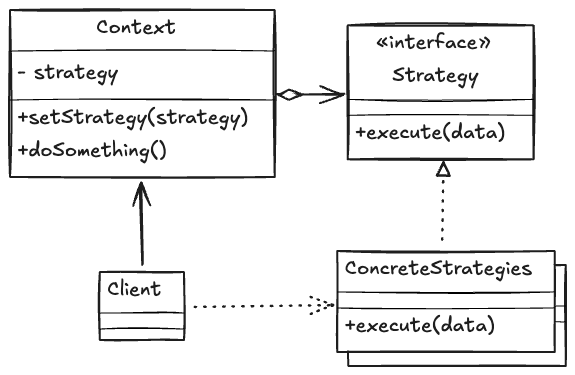
The Excalidraw diagram strategy.excalidraw.png in bjenning04/foam, before a commit. Source tidied: one line per element, renumbered; positions are measured from the earlier drawing's top-left corner, leaving out a move shared by most shapes. Source of this version:
```json
{"id": 0, "type": "rectangle", "strokeColor": "#1e1e1e", "strokeWidth": 2, "roughness": 1, "x": 0, "y": 0, "width": 265, "height": 167}
{"id": 1, "type": "rectangle", "strokeColor": "#1e1e1e", "strokeWidth": 2, "roughness": 1, "x": 338, "y": 15, "width": 186, "height": 134}
{"id": 2, "type": "rectangle", "strokeColor": "#1e1e1e", "strokeWidth": 2, "roughness": 1, "x": 90, "y": 262, "width": 84, "height": 68}
{"id": 3, "type": "rectangle", "strokeColor": "#1e1e1e", "strokeWidth": 2, "roughness": 1, "x": 338, "y": 255, "width": 217, "height": 101}
{"id": 4, "type": "line", "strokeColor": "#000", "strokeWidth": 1, "roughness": 1, "x": 338, "y": 296, "width": 217, "height": 0, "points": [[0, 0], [217, 0]]}
{"id": 5, "type": "line", "strokeColor": "#000", "strokeWidth": 1, "roughness": 1, "x": 338, "y": 312, "width": 217, "height": 0, "points": [[0, 0], [217, 0]]}
{"id": 6, "type": "text", "text": "ConcreteStrategy", "strokeColor": "#1e1e1e", "strokeWidth": 2, "roughness": 1, "fontSize": 20, "fontFamily": 5, "verticalAlign": "middle", "x": 346, "y": 260, "width": 172, "height": 25}
{"id": 7, "type": "text", "text": "+execute(data)", "strokeColor": "#1e1e1e", "strokeWidth": 2, "roughness": 1, "fontSize": 20, "fontFamily": 5, "verticalAlign": "middle", "x": 346, "y": 317, "width": 150, "height": 25}
{"id": 8, "type": "rectangle", "strokeColor": "#1e1e1e", "backgroundColor": "#ffffff", "fillStyle": "solid", "strokeWidth": 2, "roughness": 1, "x": 327, "y": 241, "width": 217, "height": 101}
{"id": 9, "type": "line", "strokeColor": "#000", "strokeWidth": 1, "roughness": 1, "x": 0, "y": 41, "width": 265, "height": 0, "points": [[0, 0], [265, 0]]}
{"id": 10, "type": "line", "strokeColor": "#000", "strokeWidth": 1, "roughness": 1, "x": 0, "y": 90, "width": 265, "height": 0, "points": [[0, 0], [265, 0]]}
{"id": 11, "type": "line", "strokeColor": "#000", "strokeWidth": 1, "roughness": 1, "x": 338, "y": 89, "width": 186, "height": 0, "points": [[0, 0], [186, 0]]}
{"id": 12, "type": "line", "strokeColor": "#000", "strokeWidth": 1, "roughness": 1, "x": 338, "y": 105, "width": 186, "height": 0, "points": [[0, 0], [186, 0]]}
{"id": 13, "type": "line", "strokeColor": "#000", "strokeWidth": 1, "roughness": 1, "x": 90, "y": 303, "width": 84, "height": 0, "points": [[0, 0], [84, 0]]}
{"id": 14, "type": "line", "strokeColor": "#000", "strokeWidth": 1, "roughness": 1, "x": 90, "y": 319, "width": 84, "height": 0, "points": [[0, 0], [84, 0]]}
{"id": 15, "type": "line", "strokeColor": "#000", "backgroundColor": "#ffffff", "fillStyle": "solid", "strokeWidth": 1, "roughness": 1, "x": 327, "y": 282, "width": 217, "height": 0, "points": [[0, 0], [217, 0]]}
{"id": 16, "type": "line", "strokeColor": "#000", "backgroundColor": "#ffffff", "fillStyle": "solid", "strokeWidth": 1, "roughness": 1, "x": 327, "y": 298, "width": 217, "height": 0, "points": [[0, 0], [217, 0]]}
{"id": 17, "type": "arrow", "strokeColor": "#1e1e1e", "strokeWidth": 2, "roughness": 1, "startArrowhead": "diamond_outline", "endArrowhead": "arrow", "round": true, "from": 0, "to": 1, "x": 268, "y": 85, "width": 67, "height": 0, "points": [[0, 0], [67, 0]]}
{"id": 18, "type": "arrow", "strokeColor": "#1e1e1e", "strokeWidth": 2, "roughness": 1, "startArrowhead": "arrow", "round": true, "from": 0, "to": 28, "x": 131, "y": 173, "width": 1, "height": 81, "points": [[0, 0], [1, 81]]}
{"id": 19, "type": "arrow", "strokeColor": "#1e1e1e", "strokeWidth": 2, "strokeStyle": "dotted", "roughness": 1, "endArrowhead": "arrow", "round": true, "from": 2, "to": 30, "x": 184, "y": 297, "width": 140, "height": 2, "points": [[0, 0], [140, -2]]}
{"id": 20, "type": "arrow", "strokeColor": "#1e1e1e", "strokeWidth": 2, "strokeStyle": "dotted", "roughness": 1, "startArrowhead": "triangle_outline", "round": true, "from": 1, "to": 8, "x": 433, "y": 153, "width": 1, "height": 76, "points": [[0, 0], [-1, 76]]}
{"id": 21, "type": "text", "text": "Context", "strokeColor": "#1e1e1e", "strokeWidth": 2, "roughness": 1, "fontSize": 20, "fontFamily": 5, "verticalAlign": "middle", "x": 86, "y": 5, "width": 80, "height": 25}
{"id": 22, "type": "text", "text": "- strategy", "strokeColor": "#1e1e1e", "strokeWidth": 2, "roughness": 1, "fontSize": 20, "fontFamily": 5, "verticalAlign": "middle", "x": 8, "y": 50, "width": 101, "height": 25}
{"id": 23, "type": "text", "text": "+setStrategy(strategy)", "strokeColor": "#1e1e1e", "strokeWidth": 2, "roughness": 1, "fontSize": 20, "fontFamily": 5, "verticalAlign": "middle", "x": 8, "y": 95, "width": 231, "height": 25}
{"id": 24, "type": "text", "text": "+doSomething()", "strokeColor": "#1e1e1e", "strokeWidth": 2, "roughness": 1, "fontSize": 20, "fontFamily": 5, "verticalAlign": "middle", "x": 8, "y": 128, "width": 149, "height": 25}
{"id": 25, "type": "text", "text": "«interface»", "strokeColor": "#1e1e1e", "strokeWidth": 2, "roughness": 1, "fontSize": 20, "fontFamily": 5, "verticalAlign": "middle", "x": 366, "y": 20, "width": 114, "height": 25}
{"id": 26, "type": "text", "text": "Strategy", "strokeColor": "#1e1e1e", "strokeWidth": 2, "roughness": 1, "fontSize": 20, "fontFamily": 5, "verticalAlign": "middle", "x": 383, "y": 53, "width": 86, "height": 25}
{"id": 27, "type": "text", "text": "+execute(data)", "strokeColor": "#1e1e1e", "strokeWidth": 2, "roughness": 1, "fontSize": 20, "fontFamily": 5, "verticalAlign": "middle", "x": 345, "y": 110, "width": 150, "height": 25}
{"id": 28, "type": "text", "text": "Client", "strokeColor": "#1e1e1e", "strokeWidth": 2, "roughness": 1, "fontSize": 20, "fontFamily": 5, "verticalAlign": "middle", "x": 97, "y": 267, "width": 54, "height": 25}
{"id": 29, "type": "text", "text": "ConcreteStrategies", "strokeColor": "#1e1e1e", "backgroundColor": "#ffffff", "fillStyle": "solid", "strokeWidth": 2, "roughness": 1, "fontSize": 20, "fontFamily": 5, "verticalAlign": "middle", "x": 335, "y": 246, "width": 187, "height": 25}
{"id": 30, "type": "text", "text": "+execute(data)", "strokeColor": "#1e1e1e", "backgroundColor": "#ffffff", "fillStyle": "solid", "strokeWidth": 2, "roughness": 1, "fontSize": 20, "fontFamily": 5, "verticalAlign": "middle", "x": 335, "y": 303, "width": 150, "height": 25}
```
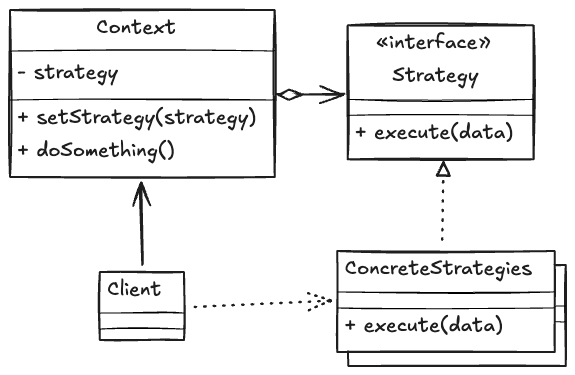
Later version of the same file.

Change to the diagram source:
```diff
@@ -17,15 +17,15 @@
 {"id": 16, "type": "line", "strokeColor": "#000", "backgroundColor": "#ffffff", "fillStyle": "solid", "strokeWidth": 1, "roughness": 1, "x": 327, "y": 298, "width": 217, "height": 0, "points": [[0, 0], [217, 0]]}
 {"id": 17, "type": "arrow", "strokeColor": "#1e1e1e", "strokeWidth": 2, "roughness": 1, "startArrowhead": "diamond_outline", "endArrowhead": "arrow", "round": true, "from": 0, "to": 1, "x": 268, "y": 85, "width": 67, "height": 0, "points": [[0, 0], [67, 0]]}
 {"id": 18, "type": "arrow", "strokeColor": "#1e1e1e", "strokeWidth": 2, "roughness": 1, "startArrowhead": "arrow", "round": true, "from": 0, "to": 28, "x": 131, "y": 173, "width": 1, "height": 81, "points": [[0, 0], [1, 81]]}
-{"id": 19, "type": "arrow", "strokeColor": "#1e1e1e", "strokeWidth": 2, "strokeStyle": "dotted", "roughness": 1, "endArrowhead": "arrow", "round": true, "from": 2, "to": 30, "x": 184, "y": 297, "width": 140, "height": 2, "points": [[0, 0], [140, -2]]}
+{"id": 19, "type": "arrow", "strokeColor": "#1e1e1e", "strokeWidth": 2, "strokeStyle": "dotted", "roughness": 1, "endArrowhead": "arrow", "round": true, "from": 2, "to": 30, "x": 184, "y": 297, "width": 138, "height": 6, "points": [[0, 0], [138, -6]]}
 {"id": 20, "type": "arrow", "strokeColor": "#1e1e1e", "strokeWidth": 2, "strokeStyle": "dotted", "roughness": 1, "startArrowhead": "triangle_outline", "round": true, "from": 1, "to": 8, "x": 433, "y": 153, "width": 1, "height": 76, "points": [[0, 0], [-1, 76]]}
 {"id": 21, "type": "text", "text": "Context", "strokeColor": "#1e1e1e", "strokeWidth": 2, "roughness": 1, "fontSize": 20, "fontFamily": 5, "verticalAlign": "middle", "x": 86, "y": 5, "width": 80, "height": 25}
 {"id": 22, "type": "text", "text": "- strategy", "strokeColor": "#1e1e1e", "strokeWidth": 2, "roughness": 1, "fontSize": 20, "fontFamily": 5, "verticalAlign": "middle", "x": 8, "y": 50, "width": 101, "height": 25}
-{"id": 23, "type": "text", "text": "+setStrategy(strategy)", "strokeColor": "#1e1e1e", "strokeWidth": 2, "roughness": 1, "fontSize": 20, "fontFamily": 5, "verticalAlign": "middle", "x": 8, "y": 95, "width": 231, "height": 25}
+{"id": 23, "type": "text", "text": "+ setStrategy(strategy)", "strokeColor": "#1e1e1e", "strokeWidth": 2, "roughness": 1, "fontSize": 20, "fontFamily": 5, "verticalAlign": "middle", "x": 8, "y": 95, "width": 239, "height": 25}
-{"id": 24, "type": "text", "text": "+doSomething()", "strokeColor": "#1e1e1e", "strokeWidth": 2, "roughness": 1, "fontSize": 20, "fontFamily": 5, "verticalAlign": "middle", "x": 8, "y": 128, "width": 149, "height": 25}
+{"id": 24, "type": "text", "text": "+ doSomething()", "strokeColor": "#1e1e1e", "strokeWidth": 2, "roughness": 1, "fontSize": 20, "fontFamily": 5, "verticalAlign": "middle", "x": 8, "y": 128, "width": 157, "height": 25}
 {"id": 25, "type": "text", "text": "«interface»", "strokeColor": "#1e1e1e", "strokeWidth": 2, "roughness": 1, "fontSize": 20, "fontFamily": 5, "verticalAlign": "middle", "x": 366, "y": 20, "width": 114, "height": 25}
 {"id": 26, "type": "text", "text": "Strategy", "strokeColor": "#1e1e1e", "strokeWidth": 2, "roughness": 1, "fontSize": 20, "fontFamily": 5, "verticalAlign": "middle", "x": 383, "y": 53, "width": 86, "height": 25}
-{"id": 27, "type": "text", "text": "+execute(data)", "strokeColor": "#1e1e1e", "strokeWidth": 2, "roughness": 1, "fontSize": 20, "fontFamily": 5, "verticalAlign": "middle", "x": 345, "y": 110, "width": 150, "height": 25}
+{"id": 27, "type": "text", "text": "+ execute(data)", "strokeColor": "#1e1e1e", "strokeWidth": 2, "roughness": 1, "fontSize": 20, "fontFamily": 5, "verticalAlign": "middle", "x": 345, "y": 110, "width": 158, "height": 25}
 {"id": 28, "type": "text", "text": "Client", "strokeColor": "#1e1e1e", "strokeWidth": 2, "roughness": 1, "fontSize": 20, "fontFamily": 5, "verticalAlign": "middle", "x": 97, "y": 267, "width": 54, "height": 25}
 {"id": 29, "type": "text", "text": "ConcreteStrategies", "strokeColor": "#1e1e1e", "backgroundColor": "#ffffff", "fillStyle": "solid", "strokeWidth": 2, "roughness": 1, "fontSize": 20, "fontFamily": 5, "verticalAlign": "middle", "x": 335, "y": 246, "width": 187, "height": 25}
-{"id": 30, "type": "text", "text": "+execute(data)", "strokeColor": "#1e1e1e", "backgroundColor": "#ffffff", "fillStyle": "solid", "strokeWidth": 2, "roughness": 1, "fontSize": 20, "fontFamily": 5, "verticalAlign": "middle", "x": 335, "y": 303, "width": 150, "height": 25}
+{"id": 30, "type": "text", "text": "+ execute(data)", "strokeColor": "#1e1e1e", "backgroundColor": "#ffffff", "fillStyle": "solid", "strokeWidth": 2, "roughness": 1, "fontSize": 20, "fontFamily": 5, "verticalAlign": "middle", "x": 335, "y": 303, "width": 158, "height": 25}
```
